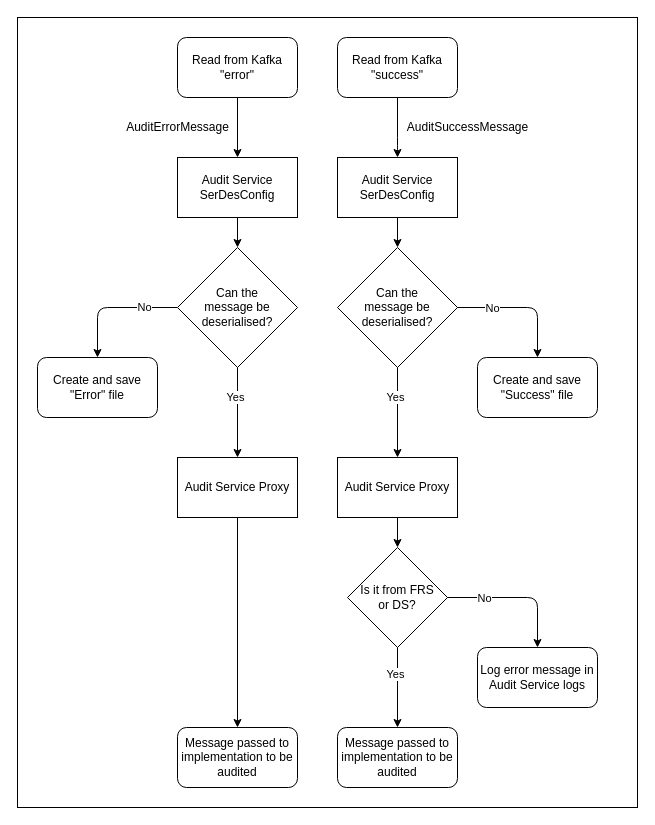
This is audit-service/doc/audit-service-flow.drawio from gchq/Palisade-services, a draw.io file, before an edit. Source tidied: cells renumbered, new cells numbered last; positions are measured from the earlier drawing's top-left corner, leaving out a move shared by most shapes. Both pictures are drawn from the tidied source at 100%, with x=0, y=0 at pixel (17, 17).
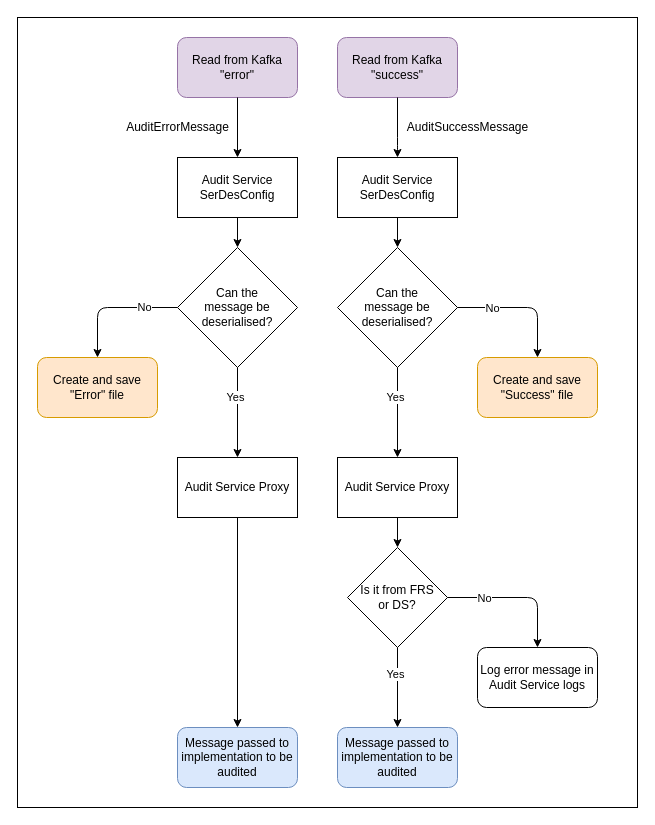
After the change.

The edit, as a diff of the source:
```diff
@@
-    <mxCell id="3" value="Read from Kafka &quot;success&quot;" style="rounded=1;whiteSpace=wrap;html=1;" parent="1" vertex="1">
+    <mxCell id="3" value="Read from Kafka &quot;success&quot;" style="rounded=1;whiteSpace=wrap;html=1;fillColor=#e1d5e7;strokeColor=#9673a6;" parent="1" vertex="1">
       <mxGeometry x="320" y="20" width="120" height="60" as="geometry" />
     </mxCell>
-    <mxCell id="4" value="Read from Kafka &quot;error&quot;" style="rounded=1;whiteSpace=wrap;html=1;" parent="1" vertex="1">
+    <mxCell id="4" value="Read from Kafka &quot;error&quot;" style="rounded=1;whiteSpace=wrap;html=1;fillColor=#e1d5e7;strokeColor=#9673a6;" parent="1" vertex="1">
       <mxGeometry x="160" y="20" width="120" height="60" as="geometry" />
     </mxCell>
@@
-    <mxCell id="23" value="Create and save &quot;Error&quot; file" style="rounded=1;whiteSpace=wrap;html=1;" parent="1" vertex="1">
+    <mxCell id="23" value="Create and save &quot;Error&quot; file" style="rounded=1;whiteSpace=wrap;html=1;fillColor=#ffe6cc;strokeColor=#d79b00;" parent="1" vertex="1">
       <mxGeometry x="20" y="340" width="120" height="60" as="geometry" />
     </mxCell>
-    <mxCell id="24" value="Create and save &quot;Success&quot; file" style="rounded=1;whiteSpace=wrap;html=1;" parent="1" vertex="1">
+    <mxCell id="24" value="Create and save &quot;Success&quot; file" style="rounded=1;whiteSpace=wrap;html=1;fillColor=#ffe6cc;strokeColor=#d79b00;" parent="1" vertex="1">
       <mxGeometry x="460" y="340" width="120" height="60" as="geometry" />
     </mxCell>
@@
-    <mxCell id="31" value="Message passed to implementation to be audited" style="rounded=1;whiteSpace=wrap;html=1;" parent="1" vertex="1">
+    <mxCell id="31" value="Message passed to implementation to be audited" style="rounded=1;whiteSpace=wrap;html=1;fillColor=#dae8fc;strokeColor=#6c8ebf;" parent="1" vertex="1">
       <mxGeometry x="160" y="710" width="120" height="60" as="geometry" />
     </mxCell>
-    <mxCell id="32" value="&lt;span&gt;Message passed to implementation to be audited&lt;/span&gt;" style="rounded=1;whiteSpace=wrap;html=1;" parent="1" vertex="1">
+    <mxCell id="32" value="&lt;span&gt;Message passed to implementation to be audited&lt;/span&gt;" style="rounded=1;whiteSpace=wrap;html=1;fillColor=#dae8fc;strokeColor=#6c8ebf;" parent="1" vertex="1">
       <mxGeometry x="320" y="710" width="120" height="60" as="geometry" />
     </mxCell>
```
